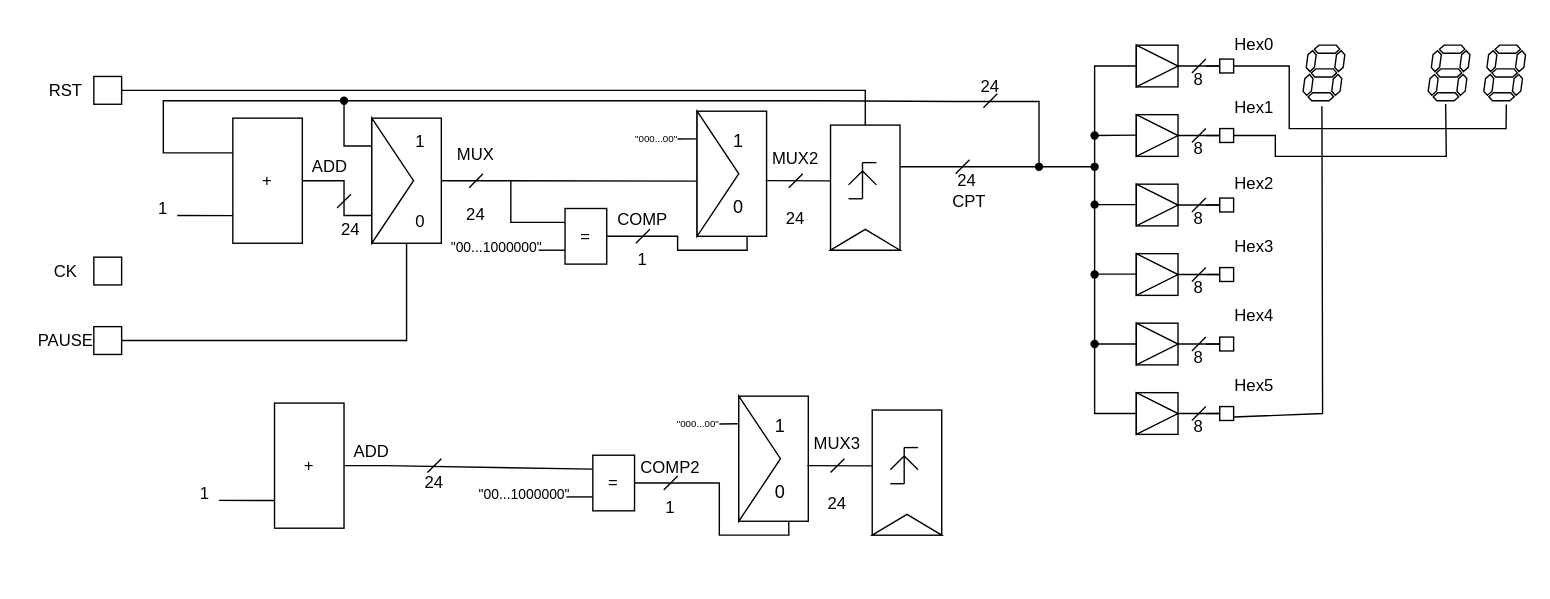
negans-soyez/VHDL keeps this draw.io diagram as CPT24SEC.drawio. Above is the earlier version. Source tidied: cells renumbered, new cells numbered last; positions are measured from the earlier drawing's top-left corner, leaving out a move shared by most shapes. Both pictures are drawn from the tidied source at 139%, with x=0, y=0 at pixel (24, 24).
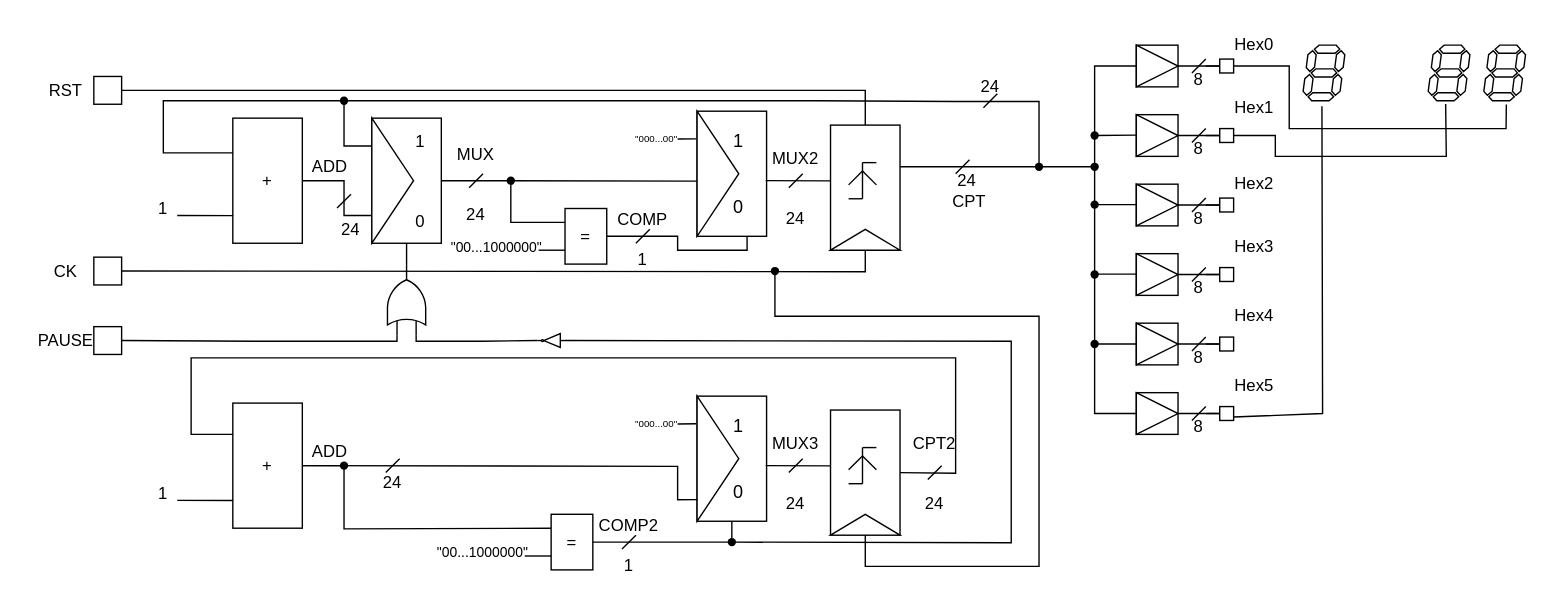
Above is the later version.

Commit message:
Mettre à jour CPT24SEC.drawio

Unchanged cells that the change refers to:
```xml
<mxCell id="11" style="triangle;whiteSpace=wrap;html=1;rotation=-90;" parent="3" vertex="1">
  <mxGeometry x="37.5" y="17.5" width="15" height="50" as="geometry" />
</mxCell>
<mxCell id="17" style="rounded=0;whiteSpace=wrap;html=1;" parent="1" vertex="1">
  <mxGeometry x="50" y="167.5" width="20" height="20" as="geometry" />
</mxCell>
<mxCell id="84" style="rounded=0;whiteSpace=wrap;html=1;strokeColor=#000000;" parent="1" vertex="1">
  <mxGeometry x="50" y="217.5" width="20" height="20" as="geometry" />
</mxCell>
<mxCell id="87" style="rounded=0;whiteSpace=wrap;html=1;" parent="86" vertex="1">
  <mxGeometry width="50" height="90" as="geometry" />
</mxCell>
<mxCell id="106" style="triangle;whiteSpace=wrap;html=1;" parent="104" vertex="1">
  <mxGeometry width="30" height="90" as="geometry" />
</mxCell>
<mxCell id="141" style="rounded=0;whiteSpace=wrap;html=1;" parent="140" vertex="1">
  <mxGeometry width="50" height="90" as="geometry" />
</mxCell>
<mxCell id="142" style="triangle;whiteSpace=wrap;html=1;" parent="140" vertex="1">
  <mxGeometry width="30" height="90" as="geometry" />
</mxCell>
```

The edit, as a diff of the source:
```diff
@@
-    <mxCell id="90" style="endArrow=none;html=1;rounded=0;exitX=1;exitY=0.5;exitDx=0;exitDy=0;entryX=0.5;entryY=1;entryDx=0;entryDy=0;" parent="1" edge="1" source="84" target="87">
-      <mxGeometry relative="1" as="geometry">
-        <Array as="points">
-          <mxPoint x="275" y="227.5" />
-        </Array>
-      </mxGeometry>
-    </mxCell>
@@
-    <mxCell id="112" style="endArrow=none;html=1;rounded=0;exitX=1;exitY=0.5;exitDx=0;exitDy=0;entryX=-0.009;entryY=0.559;entryDx=0;entryDy=0;entryPerimeter=0;" parent="1" edge="1" source="87" target="106">
-      <mxGeometry relative="1" as="geometry">
-        <Array as="points">
-          <mxPoint x="340" y="112.5" />
-        </Array>
-      </mxGeometry>
+    <mxCell id="112" style="endArrow=none;html=1;rounded=0;exitDx=0;exitDy=0;entryX=-0.009;entryY=0.559;entryDx=0;entryDy=0;entryPerimeter=0;" parent="1" edge="1" source="157" target="106">
+      <mxGeometry relative="1" as="geometry" />
     </mxCell>
@@
     <mxCell id="125" value="+" style="rounded=0;whiteSpace=wrap;html=1;" parent="1" vertex="1">
-      <mxGeometry x="180" y="272.5" width="50" height="90" as="geometry" />
+      <mxGeometry x="150" y="272.5" width="50" height="90" as="geometry" />
     </mxCell>
     <mxCell id="126" style="rounded=0;whiteSpace=wrap;html=1;rotation=-90;" parent="1" vertex="1">
-      <mxGeometry x="590" y="297.5" width="90" height="50" as="geometry" />
+      <mxGeometry x="560" y="297.5" width="90" height="50" as="geometry" />
     </mxCell>
     <mxCell id="127" style="group;rotation=-90;" parent="1" vertex="1">
-      <mxGeometry x="620" y="307.5" width="26" height="20" as="geometry" />
+      <mxGeometry x="590" y="307.5" width="26" height="20" as="geometry" />
     </mxCell>
@@
     <mxCell id="133" style="triangle;whiteSpace=wrap;html=1;rotation=-90;" parent="1" vertex="1">
-      <mxGeometry x="627.5" y="335" width="15" height="50" as="geometry" />
+      <mxGeometry x="597.5" y="335" width="15" height="50" as="geometry" />
     </mxCell>
     <mxCell id="134" style="endArrow=none;html=1;rounded=0;entryX=0.004;entryY=0.779;entryDx=0;entryDy=0;entryPerimeter=0;" parent="1" edge="1" target="125">
       <mxGeometry relative="1" as="geometry">
-        <mxPoint x="140" y="342.5" as="sourcePoint" />
+        <mxPoint x="110" y="342.5" as="sourcePoint" />
       </mxGeometry>
     </mxCell>
     <mxCell id="135" value="1" style="text;html=1;align=center;verticalAlign=middle;whiteSpace=wrap;rounded=0;" parent="1" vertex="1">
-      <mxGeometry x="120" y="322.5" width="20" height="30" as="geometry" />
+      <mxGeometry x="90" y="322.5" width="20" height="30" as="geometry" />
     </mxCell>
     <mxCell id="136" style="endArrow=none;html=1;rounded=0;" parent="1" edge="1">
       <mxGeometry relative="1" as="geometry">
-        <mxPoint x="290" y="322.5" as="sourcePoint" />
-        <mxPoint x="300" y="312.5" as="targetPoint" />
+        <mxPoint x="260" y="322.5" as="sourcePoint" />
+        <mxPoint x="270" y="312.5" as="targetPoint" />
       </mxGeometry>
     </mxCell>
     <mxCell id="137" style="endArrow=none;html=1;rounded=0;exitX=1;exitY=0.5;exitDx=0;exitDy=0;entryX=0;entryY=0.25;entryDx=0;entryDy=0;" parent="1" edge="1" source="125" target="147">
       <mxGeometry relative="1" as="geometry">
         <Array as="points">
-          <mxPoint x="260" y="317.5" />
+          <mxPoint x="230" y="317.5" />
+          <mxPoint x="230" y="363" />
         </Array>
       </mxGeometry>
     </mxCell>
     <mxCell id="138" value="ADD" style="text;html=1;align=center;verticalAlign=middle;whiteSpace=wrap;rounded=0;" parent="1" vertex="1">
-      <mxGeometry x="240" y="302.5" width="20" height="10" as="geometry" />
+      <mxGeometry x="210" y="302.5" width="20" height="10" as="geometry" />
     </mxCell>
     <mxCell id="139" value="24" style="text;html=1;align=center;verticalAlign=middle;whiteSpace=wrap;rounded=0;" parent="1" vertex="1">
-      <mxGeometry x="290" y="315" width="10" height="30" as="geometry" />
+      <mxGeometry x="260" y="315" width="10" height="30" as="geometry" />
     </mxCell>
     <mxCell id="140" style="group;" parent="1" vertex="1">
-      <mxGeometry x="514" y="267.5" width="60" height="90" as="geometry" />
+      <mxGeometry x="484" y="267.5" width="60" height="90" as="geometry" />
     </mxCell>
@@
     <mxCell id="144" value="&lt;font style=&quot;font-size: 7px;&quot;&gt;&quot;000...00&quot;&lt;/font&gt;" style="text;html=1;align=center;verticalAlign=middle;whiteSpace=wrap;rounded=0;" parent="1" vertex="1">
-      <mxGeometry x="470" y="280" width="30" height="12.5" as="geometry" />
+      <mxGeometry x="440" y="280" width="30" height="12.5" as="geometry" />
     </mxCell>
@@
     <mxCell id="146" style="endArrow=none;html=1;rounded=0;entryX=-0.025;entryY=0.221;entryDx=0;entryDy=0;entryPerimeter=0;" parent="1" edge="1" target="142">
       <mxGeometry relative="1" as="geometry">
-        <mxPoint x="500" y="287.5" as="sourcePoint" />
+        <mxPoint x="470" y="287.5" as="sourcePoint" />
       </mxGeometry>
     </mxCell>
     <mxCell id="147" value="=" style="rounded=0;whiteSpace=wrap;html=1;" parent="1" vertex="1">
-      <mxGeometry x="409" y="310" width="30" height="40" as="geometry" />
+      <mxGeometry x="379" y="352.5" width="30" height="40" as="geometry" />
     </mxCell>
     <mxCell id="148" style="endArrow=none;html=1;rounded=0;entryX=0;entryY=0.75;entryDx=0;entryDy=0;" parent="1" edge="1" target="147">
       <mxGeometry relative="1" as="geometry">
-        <mxPoint x="390" y="340" as="sourcePoint" />
+        <mxPoint x="360" y="382.5" as="sourcePoint" />
       </mxGeometry>
     </mxCell>
     <mxCell id="149" value="&quot;00...1000000&quot;" style="text;html=1;align=center;verticalAlign=middle;whiteSpace=wrap;rounded=0;fontSize=10;" parent="1" vertex="1">
-      <mxGeometry x="330" y="322.5" width="60" height="30" as="geometry" />
+      <mxGeometry x="300" y="365" width="60" height="30" as="geometry" />
     </mxCell>
-    <mxCell id="150" style="endArrow=none;html=1;rounded=0;entryX=0.719;entryY=1;entryDx=0;entryDy=0;exitX=1;exitY=0.5;exitDx=0;exitDy=0;entryPerimeter=0;" parent="1" edge="1" source="147" target="141">
-      <mxGeometry relative="1" as="geometry">
-        <Array as="points">
-          <mxPoint x="470" y="330" />
-          <mxPoint x="500" y="330" />
-          <mxPoint x="500" y="357.5" />
-          <mxPoint x="500" y="367.5" />
-          <mxPoint x="550" y="367.5" />
-        </Array>
-      </mxGeometry>
-    </mxCell>
     <mxCell id="151" value="COMP2&lt;div&gt;&lt;div&gt;&lt;br&gt;&lt;/div&gt;&lt;div&gt;1&lt;/div&gt;&lt;/div&gt;" style="text;html=1;align=center;verticalAlign=middle;whiteSpace=wrap;rounded=0;" parent="1" vertex="1">
-      <mxGeometry x="460" y="322.5" width="10" height="20" as="geometry" />
+      <mxGeometry x="430" y="365" width="10" height="20" as="geometry" />
     </mxCell>
     <mxCell id="152" style="endArrow=none;html=1;rounded=0;" parent="1" edge="1">
       <mxGeometry relative="1" as="geometry">
-        <mxPoint x="460" y="335" as="sourcePoint" />
-        <mxPoint x="470" y="325" as="targetPoint" />
+        <mxPoint x="430" y="377.5" as="sourcePoint" />
+        <mxPoint x="440" y="367.5" as="targetPoint" />
       </mxGeometry>
     </mxCell>
     <mxCell id="153" style="endArrow=none;html=1;rounded=0;" parent="1" edge="1">
       <mxGeometry relative="1" as="geometry">
-        <mxPoint x="580" y="322.5" as="sourcePoint" />
-        <mxPoint x="590" y="312.5" as="targetPoint" />
+        <mxPoint x="550" y="322.5" as="sourcePoint" />
+        <mxPoint x="560" y="312.5" as="targetPoint" />
       </mxGeometry>
     </mxCell>
     <mxCell id="154" value="MUX3&lt;div&gt;&lt;br&gt;&lt;/div&gt;&lt;div&gt;&lt;br&gt;&lt;/div&gt;&lt;div&gt;24&lt;/div&gt;" style="text;html=1;align=center;verticalAlign=middle;whiteSpace=wrap;rounded=0;" parent="1" vertex="1">
-      <mxGeometry x="580" y="312.5" width="10" height="20" as="geometry" />
+      <mxGeometry x="550" y="312.5" width="10" height="20" as="geometry" />
     </mxCell>
+    <mxCell id="155" style="endArrow=none;html=1;rounded=0;exitX=0.5;exitY=1;exitDx=0;exitDy=0;entryX=0;entryY=0.25;entryDx=0;entryDy=0;" parent="1" edge="1" source="126" target="125">
+      <mxGeometry relative="1" as="geometry">
+        <Array as="points">
+          <mxPoint x="670" y="323" />
+          <mxPoint x="670" y="240" />
+          <mxPoint x="175" y="240" />
+          <mxPoint x="120" y="240" />
+          <mxPoint x="120" y="295" />
+        </Array>
+      </mxGeometry>
+    </mxCell>
+    <mxCell id="156" style="endArrow=none;html=1;rounded=0;exitX=1;exitY=0.5;exitDx=0;exitDy=0;entryDx=0;entryDy=0;entryPerimeter=0;" parent="1" edge="1" source="87" target="157">
+      <mxGeometry relative="1" as="geometry" />
+    </mxCell>
+    <mxCell id="157" style="shape=waypoint;sketch=0;fillStyle=solid;size=6;points=[];fillColor=none;perimeter=centerPerimeter;snapToPoint=1;" parent="1" vertex="1">
+      <mxGeometry x="340" y="102.5" width="20" height="20" as="geometry" />
+    </mxCell>
+    <mxCell id="158" style="endArrow=none;html=1;rounded=0;entryX=0.5;entryY=1;entryDx=0;entryDy=0;exitDx=0;exitDy=0;" parent="1" edge="1" source="165" target="141">
+      <mxGeometry relative="1" as="geometry" />
+    </mxCell>
+    <mxCell id="159" style="endArrow=none;html=1;rounded=0;exitX=1;exitY=0.5;exitDx=0;exitDy=0;entryX=0.006;entryY=0.827;entryDx=0;entryDy=0;entryPerimeter=0;" parent="1" edge="1" source="125" target="142">
+      <mxGeometry relative="1" as="geometry">
+        <Array as="points">
+          <mxPoint x="470" y="318" />
+          <mxPoint x="470" y="342" />
+        </Array>
+      </mxGeometry>
+    </mxCell>
+    <mxCell id="160" value="CPT2&lt;br&gt;&lt;div&gt;&lt;br&gt;&lt;/div&gt;&lt;div&gt;&lt;br&gt;&lt;/div&gt;&lt;div&gt;24&lt;/div&gt;" style="text;html=1;align=center;verticalAlign=middle;whiteSpace=wrap;rounded=0;" parent="1" vertex="1">
+      <mxGeometry x="650" y="312.5" width="10" height="20" as="geometry" />
+    </mxCell>
+    <mxCell id="161" style="endArrow=none;html=1;rounded=0;" parent="1" edge="1">
+      <mxGeometry relative="1" as="geometry">
+        <mxPoint x="650" y="327.5" as="sourcePoint" />
+        <mxPoint x="660" y="317.5" as="targetPoint" />
+      </mxGeometry>
+    </mxCell>
+    <mxCell id="162" style="verticalLabelPosition=bottom;shadow=0;dashed=0;align=center;html=1;verticalAlign=top;shape=mxgraph.electrical.logic_gates.inverter_2;rotation=-180;" parent="1" vertex="1">
+      <mxGeometry x="369" y="222.5" width="20" height="10" as="geometry" />
+    </mxCell>
+    <mxCell id="163" style="endArrow=none;html=1;rounded=0;exitDx=0;exitDy=0;exitX=0;exitY=0.5;exitPerimeter=0;" parent="1" edge="1" source="162" target="165">
+      <mxGeometry relative="1" as="geometry">
+        <Array as="points">
+          <mxPoint x="710" y="228" />
+          <mxPoint x="710" y="373" />
+        </Array>
+      </mxGeometry>
+    </mxCell>
+    <mxCell id="164" style="endArrow=none;html=1;rounded=0;entryDx=0;entryDy=0;exitX=1;exitY=0.5;exitDx=0;exitDy=0;" parent="1" edge="1" source="147" target="165">
+      <mxGeometry relative="1" as="geometry" />
+    </mxCell>
+    <mxCell id="165" style="shape=waypoint;sketch=0;fillStyle=solid;size=6;points=[];fillColor=none;perimeter=centerPerimeter;snapToPoint=1;" parent="1" vertex="1">
+      <mxGeometry x="499" y="362.5" width="20" height="20" as="geometry" />
+    </mxCell>
+    <mxCell id="166" style="shape=waypoint;sketch=0;fillStyle=solid;size=6;fillColor=none;perimeter=centerPerimeter;" parent="1" vertex="1">
+      <mxGeometry x="220" y="307.5" width="20" height="20" as="geometry" />
+    </mxCell>
+    <mxCell id="167" style="endArrow=none;html=1;rounded=0;exitX=1;exitY=0.5;exitDx=0;exitDy=0;entryX=0;entryY=0.5;entryDx=0;entryDy=0;" parent="1" edge="1" source="17" target="11">
+      <mxGeometry relative="1" as="geometry">
+        <Array as="points">
+          <mxPoint x="605" y="178" />
+        </Array>
+      </mxGeometry>
+    </mxCell>
+    <mxCell id="168" style="endArrow=none;html=1;rounded=0;exitX=0.456;exitY=0.731;exitDx=0;exitDy=0;exitPerimeter=0;entryX=0;entryY=0.5;entryDx=0;entryDy=0;" parent="1" edge="1" source="169" target="133">
+      <mxGeometry relative="1" as="geometry">
+        <Array as="points">
+          <mxPoint x="540" y="210" />
+          <mxPoint x="730" y="210" />
+          <mxPoint x="730" y="390" />
+          <mxPoint x="605" y="390" />
+        </Array>
+      </mxGeometry>
+    </mxCell>
+    <mxCell id="169" style="shape=waypoint;sketch=0;fillStyle=solid;size=6;points=[];fillColor=none;perimeter=centerPerimeter;snapToPoint=1;" parent="1" vertex="1">
+      <mxGeometry x="530" y="167.5" width="20" height="20" as="geometry" />
+    </mxCell>
+    <mxCell id="170" style="edgeStyle=orthogonalEdgeStyle;rounded=0;jettySize=auto;html=1;exitX=0;exitY=0.25;exitDx=0;exitDy=0;exitPerimeter=0;entryX=1;entryY=0.5;entryDx=0;entryDy=0;endArrow=none;endFill=0;" parent="1" edge="1" source="171" target="84">
+      <mxGeometry relative="1" as="geometry">
+        <Array as="points">
+          <mxPoint x="268" y="228" />
+          <mxPoint x="166" y="228" />
+        </Array>
+      </mxGeometry>
+    </mxCell>
+    <mxCell id="171" style="verticalLabelPosition=bottom;shadow=0;dashed=0;align=center;html=1;verticalAlign=top;shape=mxgraph.electrical.logic_gates.logic_gate;operation=or;rotation=-90;" parent="1" vertex="1">
+      <mxGeometry x="250" y="185" width="50" height="27.5" as="geometry" />
+    </mxCell>
+    <mxCell id="172" style="edgeStyle=orthogonalEdgeStyle;rounded=0;jettySize=auto;html=1;exitX=0.5;exitY=1;exitDx=0;exitDy=0;entryX=1;entryY=0.5;entryDx=0;entryDy=0;entryPerimeter=0;endArrow=none;endFill=0;" parent="1" edge="1" source="87" target="171">
+      <mxGeometry relative="1" as="geometry" />
+    </mxCell>
+    <mxCell id="173" style="edgeStyle=orthogonalEdgeStyle;rounded=0;jettySize=auto;html=1;exitX=0;exitY=0.75;exitDx=0;exitDy=0;exitPerimeter=0;entryX=1;entryY=0.5;entryDx=0;entryDy=0;entryPerimeter=0;endArrow=none;endFill=0;" parent="1" edge="1" source="171" target="162">
+      <mxGeometry relative="1" as="geometry">
+        <Array as="points">
+          <mxPoint x="282" y="228" />
+          <mxPoint x="329" y="228" />
+        </Array>
+      </mxGeometry>
+    </mxCell>
```
